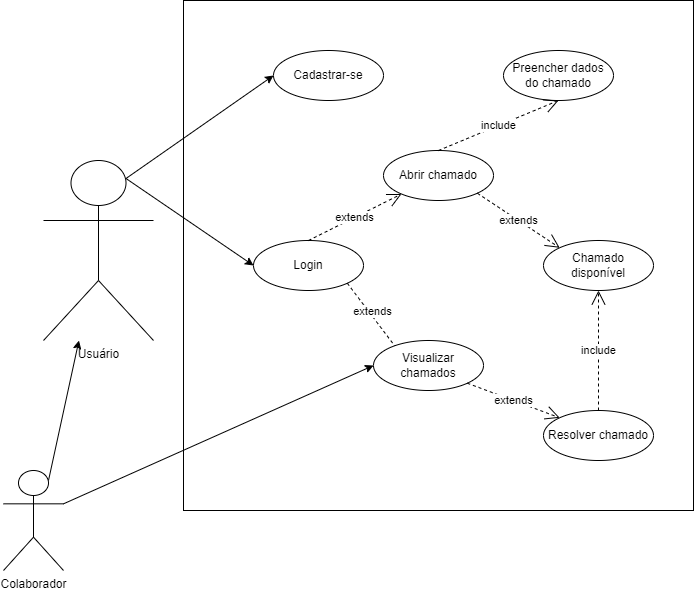
This is PraticaDois/Diagramas/CDU_SAEP.png from Johann284/Simulado-SAEP, a draw.io export, as it was before one commit. Source tidied: cells renumbered, new cells last; positions are measured from the earlier drawing's top-left corner, leaving out a move shared by most shapes. Source of this version:
```xml
<mxGraphModel>
  <root>
    <mxCell id="0" />
    <mxCell id="1" parent="0" />
    <mxCell id="2" value="Usuário" style="shape=umlActor;verticalLabelPosition=bottom;verticalAlign=top;html=1;outlineConnect=0;" parent="1" vertex="1">
      <mxGeometry x="40" y="160" width="110" height="180" as="geometry" />
    </mxCell>
    <mxCell id="3" style="whiteSpace=wrap;html=1;" parent="1" vertex="1">
      <mxGeometry x="180" width="510" height="510" as="geometry" />
    </mxCell>
    <mxCell id="4" value="Colaborador&lt;div&gt;&lt;br&gt;&lt;/div&gt;" style="shape=umlActor;verticalLabelPosition=bottom;verticalAlign=top;html=1;outlineConnect=0;" parent="1" vertex="1">
      <mxGeometry y="470" width="60" height="100" as="geometry" />
    </mxCell>
    <mxCell id="5" value="Cadastrar-se" style="ellipse;whiteSpace=wrap;html=1;" parent="1" vertex="1">
      <mxGeometry x="270" y="50" width="110" height="50" as="geometry" />
    </mxCell>
    <mxCell id="6" value="Login" style="ellipse;whiteSpace=wrap;html=1;" parent="1" vertex="1">
      <mxGeometry x="250" y="240" width="110" height="50" as="geometry" />
    </mxCell>
    <mxCell id="7" value="Abrir chamado" style="ellipse;whiteSpace=wrap;html=1;" parent="1" vertex="1">
      <mxGeometry x="380" y="150" width="110" height="50" as="geometry" />
    </mxCell>
    <mxCell id="8" value="Preencher dados do chamado" style="ellipse;whiteSpace=wrap;html=1;" parent="1" vertex="1">
      <mxGeometry x="500" y="50" width="110" height="50" as="geometry" />
    </mxCell>
    <mxCell id="9" value="Resolver&amp;nbsp;&lt;span style=&quot;background-color: initial;&quot;&gt;chamado&lt;/span&gt;" style="ellipse;whiteSpace=wrap;html=1;" parent="1" vertex="1">
      <mxGeometry x="540" y="410" width="110" height="50" as="geometry" />
    </mxCell>
    <mxCell id="10" style="endArrow=classic;html=1;rounded=0;entryX=0;entryY=0.5;entryDx=0;entryDy=0;exitX=0.75;exitY=0.1;exitDx=0;exitDy=0;exitPerimeter=0;" parent="1" edge="1" source="2" target="5">
      <mxGeometry relative="1" as="geometry" />
    </mxCell>
    <mxCell id="11" style="endArrow=classic;html=1;rounded=0;entryX=0;entryY=0.5;entryDx=0;entryDy=0;exitX=0.75;exitY=0.1;exitDx=0;exitDy=0;exitPerimeter=0;" parent="1" edge="1" source="2" target="6">
      <mxGeometry relative="1" as="geometry" />
    </mxCell>
    <mxCell id="12" value="extends" style="endArrow=open;endSize=12;dashed=1;html=1;rounded=0;exitX=0.5;exitY=0;exitDx=0;exitDy=0;" parent="1" edge="1" source="6" target="7">
      <mxGeometry relative="1" as="geometry" />
    </mxCell>
    <mxCell id="13" value="include" style="endArrow=open;endSize=12;dashed=1;html=1;rounded=0;entryX=0.5;entryY=1;entryDx=0;entryDy=0;exitX=0.5;exitY=0;exitDx=0;exitDy=0;" parent="1" edge="1" source="7" target="8">
      <mxGeometry relative="1" as="geometry" />
    </mxCell>
    <mxCell id="14" style="endArrow=classic;html=1;rounded=0;exitX=0.75;exitY=0.1;exitDx=0;exitDy=0;exitPerimeter=0;" parent="1" edge="1" source="4" target="2">
      <mxGeometry relative="1" as="geometry" />
    </mxCell>
    <mxCell id="15" value="Chamado disponível" style="ellipse;whiteSpace=wrap;html=1;" parent="1" vertex="1">
      <mxGeometry x="540" y="240" width="110" height="50" as="geometry" />
    </mxCell>
    <mxCell id="16" value="include" style="endArrow=open;endSize=12;dashed=1;html=1;rounded=0;entryX=0.5;entryY=1;entryDx=0;entryDy=0;" parent="1" edge="1" source="9" target="15">
      <mxGeometry relative="1" as="geometry" />
    </mxCell>
    <mxCell id="17" value="extends" style="endArrow=open;endSize=12;dashed=1;html=1;rounded=0;exitX=1;exitY=1;exitDx=0;exitDy=0;entryX=0;entryY=0;entryDx=0;entryDy=0;" parent="1" edge="1" source="7" target="15">
      <mxGeometry relative="1" as="geometry" />
    </mxCell>
    <mxCell id="18" value="extends" style="endArrow=open;endSize=12;dashed=1;html=1;rounded=0;exitX=1;exitY=1;exitDx=0;exitDy=0;entryX=0.5;entryY=1;entryDx=0;entryDy=0;" parent="1" edge="1" source="6" target="19">
      <mxGeometry x="-0.43" y="4" relative="1" as="geometry">
        <mxPoint x="-1" as="offset" />
      </mxGeometry>
    </mxCell>
    <mxCell id="19" value="Visualizar chamados" style="ellipse;whiteSpace=wrap;html=1;" parent="1" vertex="1">
      <mxGeometry x="370" y="340" width="110" height="50" as="geometry" />
    </mxCell>
    <mxCell id="20" style="endArrow=classic;html=1;rounded=0;exitX=1;exitY=0.3333333333333333;exitDx=0;exitDy=0;exitPerimeter=0;entryX=0;entryY=0.5;entryDx=0;entryDy=0;" parent="1" edge="1" source="4" target="19">
      <mxGeometry relative="1" as="geometry" />
    </mxCell>
    <mxCell id="21" value="extends" style="endArrow=open;endSize=12;dashed=1;html=1;rounded=0;exitX=1;exitY=1;exitDx=0;exitDy=0;entryX=0;entryY=0;entryDx=0;entryDy=0;" parent="1" edge="1" source="19" target="9">
      <mxGeometry relative="1" as="geometry" />
    </mxCell>
  </root>
</mxGraphModel>
```
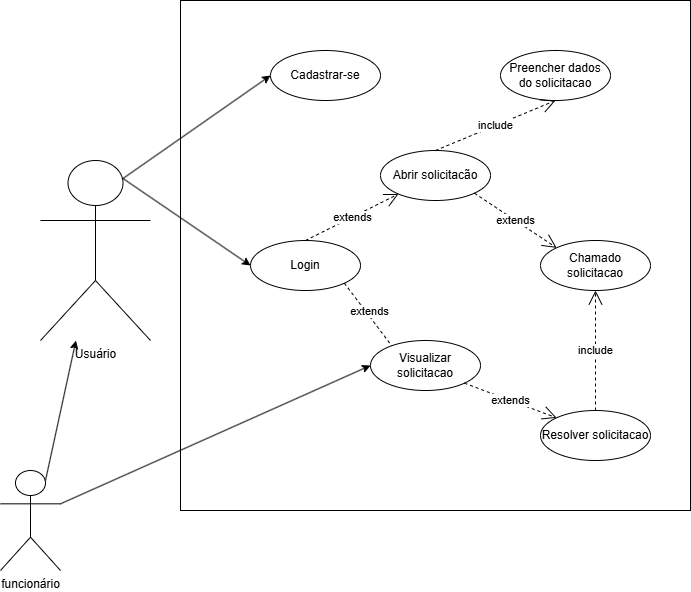
After the change.

Commit message:
alterando todos os chamados para solicitacoes

What changed in the source:
```diff
@@ -8,7 +8,7 @@
     <mxCell id="3" style="whiteSpace=wrap;html=1;" parent="1" vertex="1">
       <mxGeometry x="180" width="510" height="510" as="geometry" />
     </mxCell>
-    <mxCell id="4" value="Colaborador&lt;div&gt;&lt;br&gt;&lt;/div&gt;" style="shape=umlActor;verticalLabelPosition=bottom;verticalAlign=top;html=1;outlineConnect=0;" parent="1" vertex="1">
+    <mxCell id="4" value="&lt;div&gt;funcionário&lt;/div&gt;" style="shape=umlActor;verticalLabelPosition=bottom;verticalAlign=top;html=1;outlineConnect=0;" parent="1" vertex="1">
       <mxGeometry y="470" width="60" height="100" as="geometry" />
     </mxCell>
     <mxCell id="5" value="Cadastrar-se" style="ellipse;whiteSpace=wrap;html=1;" parent="1" vertex="1">
@@ -17,13 +17,13 @@
     <mxCell id="6" value="Login" style="ellipse;whiteSpace=wrap;html=1;" parent="1" vertex="1">
       <mxGeometry x="250" y="240" width="110" height="50" as="geometry" />
     </mxCell>
-    <mxCell id="7" value="Abrir chamado" style="ellipse;whiteSpace=wrap;html=1;" parent="1" vertex="1">
+    <mxCell id="7" value="Abrir solicitacão" style="ellipse;whiteSpace=wrap;html=1;" parent="1" vertex="1">
       <mxGeometry x="380" y="150" width="110" height="50" as="geometry" />
     </mxCell>
-    <mxCell id="8" value="Preencher dados do chamado" style="ellipse;whiteSpace=wrap;html=1;" parent="1" vertex="1">
+    <mxCell id="8" value="Preencher dados do solicitacao" style="ellipse;whiteSpace=wrap;html=1;" parent="1" vertex="1">
       <mxGeometry x="500" y="50" width="110" height="50" as="geometry" />
     </mxCell>
-    <mxCell id="9" value="Resolver&amp;nbsp;&lt;span style=&quot;background-color: initial;&quot;&gt;chamado&lt;/span&gt;" style="ellipse;whiteSpace=wrap;html=1;" parent="1" vertex="1">
+    <mxCell id="9" value="Resolver solicitacao" style="ellipse;whiteSpace=wrap;html=1;" parent="1" vertex="1">
       <mxGeometry x="540" y="410" width="110" height="50" as="geometry" />
     </mxCell>
     <mxCell id="10" style="endArrow=classic;html=1;rounded=0;entryX=0;entryY=0.5;entryDx=0;entryDy=0;exitX=0.75;exitY=0.1;exitDx=0;exitDy=0;exitPerimeter=0;" parent="1" edge="1" source="2" target="5">
@@ -41,7 +41,7 @@
     <mxCell id="14" style="endArrow=classic;html=1;rounded=0;exitX=0.75;exitY=0.1;exitDx=0;exitDy=0;exitPerimeter=0;" parent="1" edge="1" source="4" target="2">
       <mxGeometry relative="1" as="geometry" />
     </mxCell>
-    <mxCell id="15" value="Chamado disponível" style="ellipse;whiteSpace=wrap;html=1;" parent="1" vertex="1">
+    <mxCell id="15" value="Chamado solicitacao" style="ellipse;whiteSpace=wrap;html=1;" parent="1" vertex="1">
       <mxGeometry x="540" y="240" width="110" height="50" as="geometry" />
     </mxCell>
     <mxCell id="16" value="include" style="endArrow=open;endSize=12;dashed=1;html=1;rounded=0;entryX=0.5;entryY=1;entryDx=0;entryDy=0;" parent="1" edge="1" source="9" target="15">
@@ -55,7 +55,7 @@
         <mxPoint x="-1" as="offset" />
       </mxGeometry>
     </mxCell>
-    <mxCell id="19" value="Visualizar chamados" style="ellipse;whiteSpace=wrap;html=1;" parent="1" vertex="1">
+    <mxCell id="19" value="Visualizar solicitacao" style="ellipse;whiteSpace=wrap;html=1;" parent="1" vertex="1">
       <mxGeometry x="370" y="340" width="110" height="50" as="geometry" />
     </mxCell>
     <mxCell id="20" style="endArrow=classic;html=1;rounded=0;exitX=1;exitY=0.3333333333333333;exitDx=0;exitDy=0;exitPerimeter=0;entryX=0;entryY=0.5;entryDx=0;entryDy=0;" parent="1" edge="1" source="4" target="19">
```
